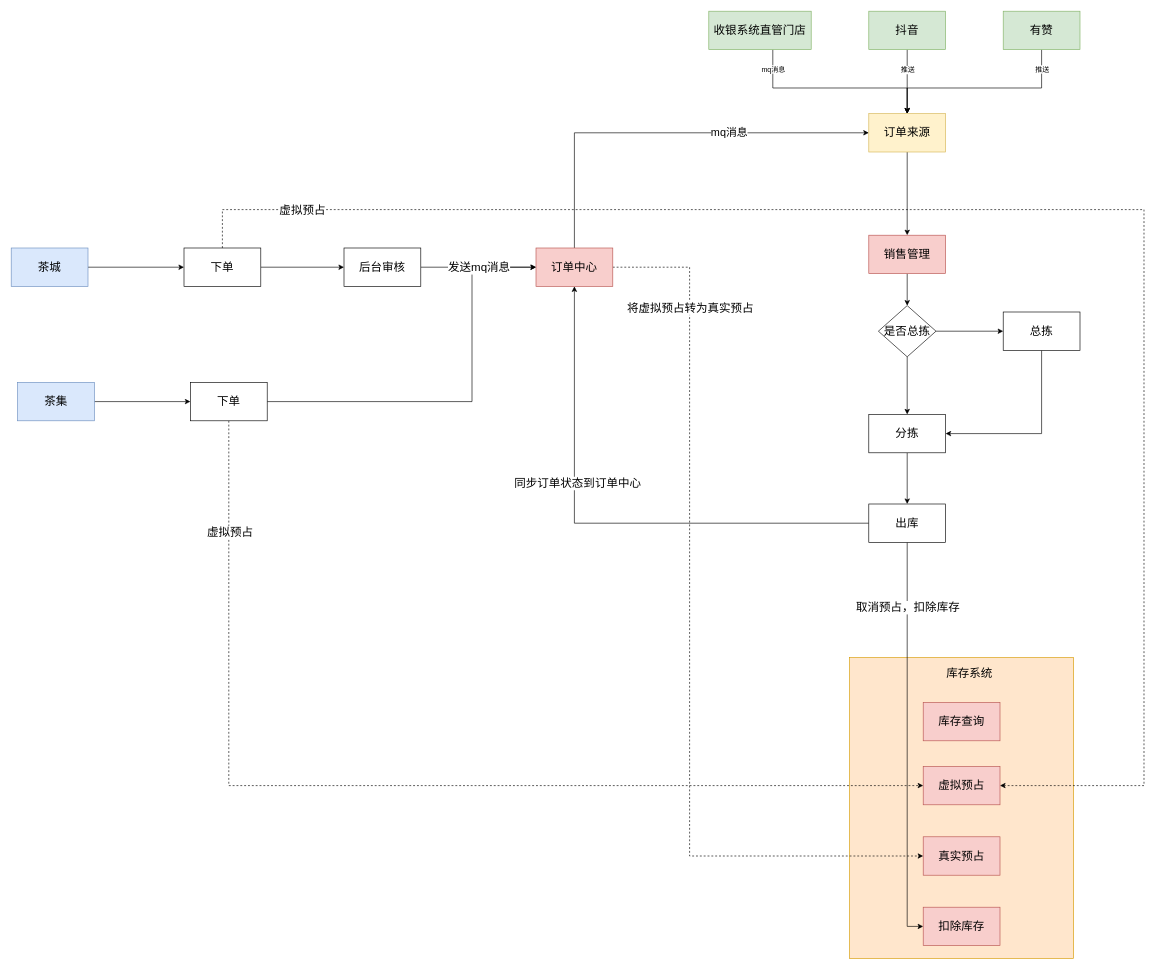
Earlier version of the draw.io diagram page "销售订单预占" (1 of 6) of 醉品系统业务流程.drawio (linbingxing/mind). Source tidied: cells renumbered, new cells numbered last; positions are measured from the earlier drawing's top-left corner, leaving out a move shared by most shapes. Both pictures are drawn from the tidied source at 64%, with x=0, y=0 at pixel (11, 11).
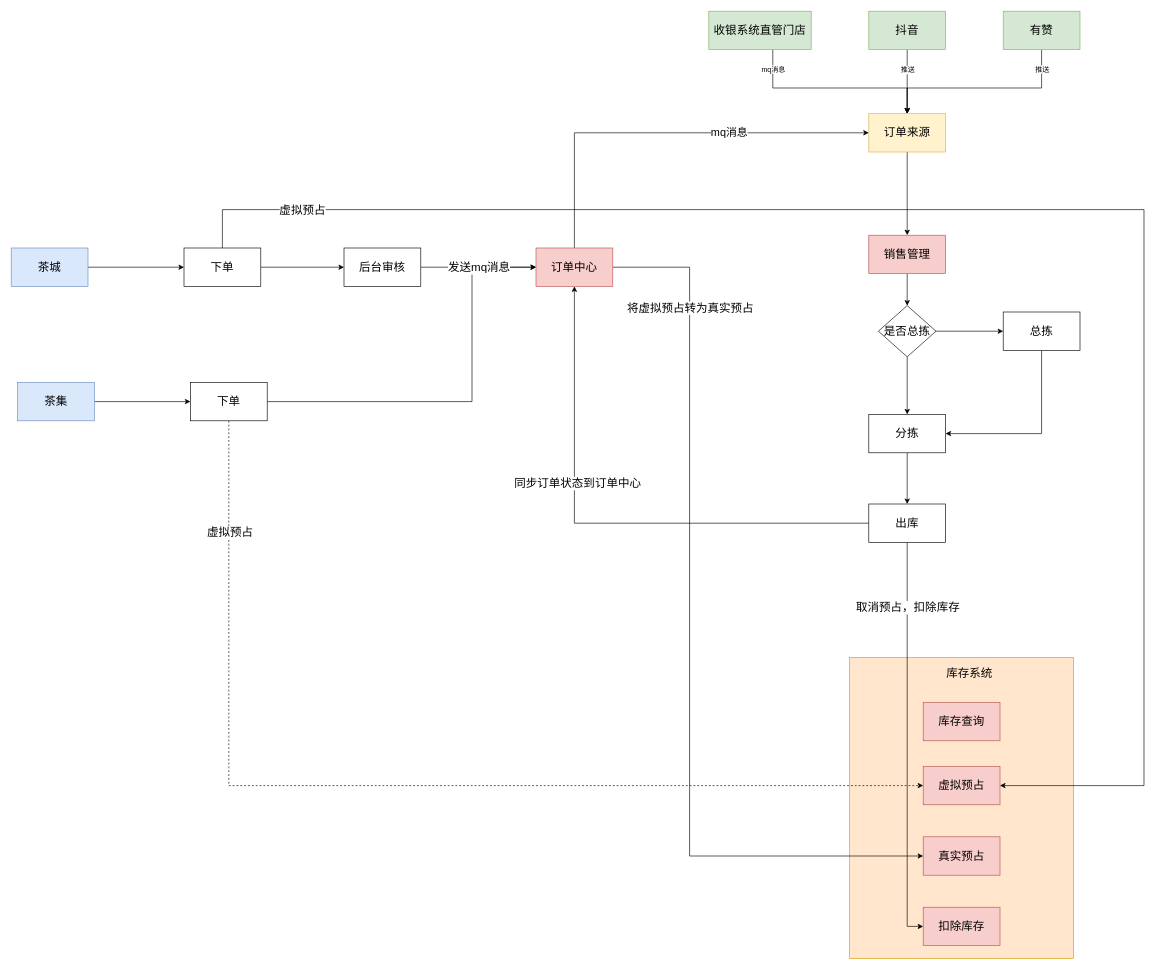
Above is the later version.

The change refers to these unchanged cells:
```xml
<mxCell id="9" value="&lt;font style=&quot;font-size: 18px&quot;&gt;订单中心&lt;/font&gt;" style="rounded=0;whiteSpace=wrap;html=1;fillColor=#f8cecc;strokeColor=#b85450;" parent="1" vertex="1">
  <mxGeometry x="820" y="370" width="120" height="60" as="geometry" />
</mxCell>
<mxCell id="18" value="&lt;font style=&quot;font-size: 18px&quot;&gt;虚拟预占&lt;/font&gt;" style="rounded=0;whiteSpace=wrap;html=1;fillColor=#f8cecc;strokeColor=#b85450;" parent="1" vertex="1">
  <mxGeometry x="1425" y="1180" width="120" height="60" as="geometry" />
</mxCell>
<mxCell id="19" value="&lt;font style=&quot;font-size: 18px&quot;&gt;真实预占&lt;/font&gt;" style="rounded=0;whiteSpace=wrap;html=1;fillColor=#f8cecc;strokeColor=#b85450;" parent="1" vertex="1">
  <mxGeometry x="1425" y="1290" width="120" height="60" as="geometry" />
</mxCell>
<mxCell id="45" value="&lt;font style=&quot;font-size: 18px&quot;&gt;下单&lt;/font&gt;" style="whiteSpace=wrap;html=1;rounded=0;" parent="1" vertex="1">
  <mxGeometry x="270" y="370" width="120" height="60" as="geometry" />
</mxCell>
```

What changed in the source:
```diff
@@
-    <mxCell id="7" style="edgeStyle=orthogonalEdgeStyle;rounded=0;jettySize=auto;html=1;entryX=0;entryY=0.5;entryDx=0;entryDy=0;dashed=1;" parent="1" edge="1" source="9" target="19">
+    <mxCell id="7" style="edgeStyle=orthogonalEdgeStyle;rounded=0;jettySize=auto;html=1;entryX=0;entryY=0.5;entryDx=0;entryDy=0;" parent="1" edge="1" source="9" target="19">
       <mxGeometry relative="1" as="geometry">
         <Array as="points">
           <mxPoint x="1060" y="400" />
           <mxPoint x="1060" y="1320" />
         </Array>
       </mxGeometry>
     </mxCell>
@@
-    <mxCell id="43" style="edgeStyle=orthogonalEdgeStyle;rounded=0;jettySize=auto;html=1;dashed=1;" parent="1" edge="1" source="45" target="18">
+    <mxCell id="43" style="edgeStyle=orthogonalEdgeStyle;rounded=0;jettySize=auto;html=1;" parent="1" edge="1" source="45" target="18">
       <mxGeometry relative="1" as="geometry">
         <Array as="points">
           <mxPoint x="330" y="310" />
           <mxPoint x="1770" y="310" />
           <mxPoint x="1770" y="1210" />
         </Array>
       </mxGeometry>
     </mxCell>
```
